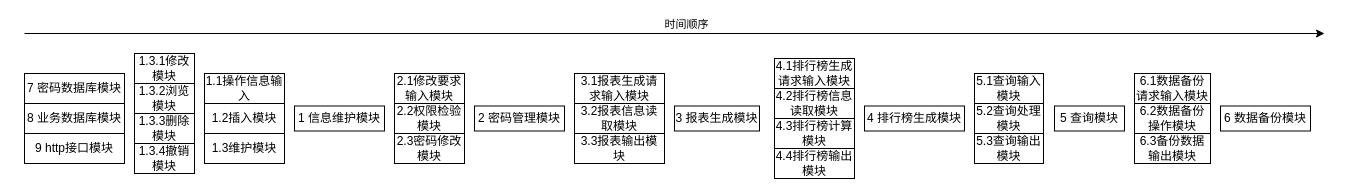
Above: 实现顺序图.drawio in wefcdse/softeng (draw.io), before the change. Source tidied: cells renumbered, new cells numbered last; positions are measured from the earlier drawing's top-left corner, leaving out a move shared by most shapes. Both pictures are drawn from the tidied source at 100%, with x=0, y=0 at pixel (24, 33).
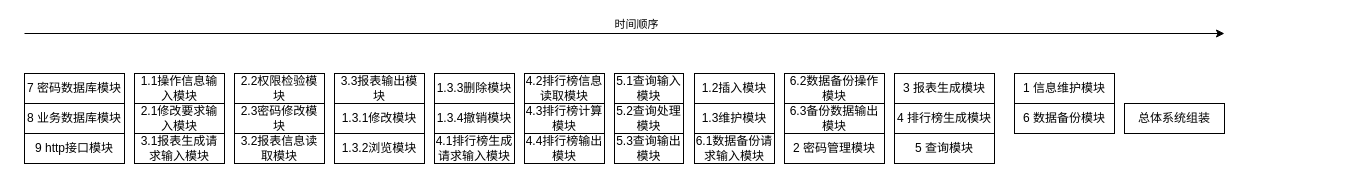
Above is the later version.

Commit message (it also covers changes not shown here):
更新实现顺序图.drawio

Diff of the diagram source:
```diff
@@
     <mxCell id="2" value="1 信息维护模块" style="rounded=0;whiteSpace=wrap;html=1;" parent="1" vertex="1">
-      <mxGeometry x="270" y="72.5" width="90" height="25" as="geometry" />
+      <mxGeometry x="990" y="40" width="100" height="30" as="geometry" />
     </mxCell>
     <mxCell id="3" value="2 密码管理模块" style="rounded=0;whiteSpace=wrap;html=1;" parent="1" vertex="1">
-      <mxGeometry x="450" y="72.5" width="90" height="25" as="geometry" />
+      <mxGeometry x="760" y="100" width="100" height="30" as="geometry" />
     </mxCell>
     <mxCell id="4" value="3 报表生成模块" style="rounded=0;whiteSpace=wrap;html=1;" parent="1" vertex="1">
-      <mxGeometry x="650" y="72.5" width="85" height="25" as="geometry" />
+      <mxGeometry x="870" y="40" width="100" height="30" as="geometry" />
     </mxCell>
     <mxCell id="5" value="4 排行榜生成模块" style="rounded=0;whiteSpace=wrap;html=1;" parent="1" vertex="1">
-      <mxGeometry x="840" y="72.5" width="100" height="25" as="geometry" />
+      <mxGeometry x="870" y="70" width="100" height="30" as="geometry" />
     </mxCell>
     <mxCell id="6" value="6 数据备份模块" style="rounded=0;whiteSpace=wrap;html=1;" parent="1" vertex="1">
-      <mxGeometry x="1196" y="72.5" width="90" height="25" as="geometry" />
+      <mxGeometry x="990" y="70" width="100" height="30" as="geometry" />
     </mxCell>
     <mxCell id="7" value="5 查询模块" style="rounded=0;whiteSpace=wrap;html=1;" parent="1" vertex="1">
-      <mxGeometry x="1030" y="72.5" width="70" height="25" as="geometry" />
+      <mxGeometry x="870" y="100" width="100" height="30" as="geometry" />
     </mxCell>
-    <mxCell id="8" value="1.1操作信息输入" style="rounded=0;whiteSpace=wrap;html=1;" parent="1" vertex="1">
-      <mxGeometry x="180" y="40" width="80" height="30" as="geometry" />
+    <mxCell id="8" value="1.1操作信息输入模块" style="rounded=0;whiteSpace=wrap;html=1;" parent="1" vertex="1">
+      <mxGeometry x="110" y="40" width="90" height="30" as="geometry" />
     </mxCell>
     <mxCell id="9" value="1.2&lt;span style=&quot;background-color: initial;&quot;&gt;插入模块&lt;/span&gt;" style="rounded=0;whiteSpace=wrap;html=1;" parent="1" vertex="1">
-      <mxGeometry x="180" y="70" width="80" height="30" as="geometry" />
+      <mxGeometry x="670" y="40" width="80" height="30" as="geometry" />
     </mxCell>
     <mxCell id="10" value="1.3.3删除模块" style="rounded=0;whiteSpace=wrap;html=1;" parent="1" vertex="1">
-      <mxGeometry x="110" y="80" width="60" height="30" as="geometry" />
+      <mxGeometry x="410" y="40" width="80" height="30" as="geometry" />
     </mxCell>
     <mxCell id="11" value="1.3维护模块" style="rounded=0;whiteSpace=wrap;html=1;" parent="1" vertex="1">
-      <mxGeometry x="180" y="100" width="80" height="30" as="geometry" />
+      <mxGeometry x="670" y="70" width="80" height="30" as="geometry" />
     </mxCell>
     <mxCell id="12" value="1.3.2浏览模块" style="rounded=0;whiteSpace=wrap;html=1;" parent="1" vertex="1">
-      <mxGeometry x="110" y="50" width="60" height="30" as="geometry" />
+      <mxGeometry x="310" y="100" width="90" height="30" as="geometry" />
     </mxCell>
     <mxCell id="13" value="1.3.1修改模块" style="rounded=0;whiteSpace=wrap;html=1;" parent="1" vertex="1">
-      <mxGeometry x="110" y="20" width="60" height="30" as="geometry" />
+      <mxGeometry x="310" y="70" width="90" height="30" as="geometry" />
     </mxCell>
     <mxCell id="14" value="1.3.4撤销模块" style="rounded=0;whiteSpace=wrap;html=1;" parent="1" vertex="1">
-      <mxGeometry x="110" y="110" width="60" height="30" as="geometry" />
+      <mxGeometry x="410" y="70" width="80" height="30" as="geometry" />
     </mxCell>
@@
     <mxCell id="16" value="2.1修改要求输入模块" style="rounded=0;whiteSpace=wrap;html=1;" parent="1" vertex="1">
-      <mxGeometry x="370" y="40" width="70" height="30" as="geometry" />
+      <mxGeometry x="110" y="70" width="90" height="30" as="geometry" />
     </mxCell>
     <mxCell id="17" value="2.2权限检验模块" style="rounded=0;whiteSpace=wrap;html=1;" parent="1" vertex="1">
-      <mxGeometry x="370" y="70" width="70" height="30" as="geometry" />
+      <mxGeometry x="210" y="40" width="90" height="30" as="geometry" />
     </mxCell>
     <mxCell id="18" value="2.3密码修改模块" style="rounded=0;whiteSpace=wrap;html=1;" parent="1" vertex="1">
-      <mxGeometry x="370" y="100" width="70" height="30" as="geometry" />
+      <mxGeometry x="210" y="70" width="90" height="30" as="geometry" />
     </mxCell>
@@
     <mxCell id="20" value="3.1报表生成请求输入模块" style="rounded=0;whiteSpace=wrap;html=1;" parent="1" vertex="1">
-      <mxGeometry x="550" y="40" width="90" height="30" as="geometry" />
+      <mxGeometry x="110" y="100" width="90" height="30" as="geometry" />
     </mxCell>
     <mxCell id="21" value="3.2报表信息读取模块" style="rounded=0;whiteSpace=wrap;html=1;" parent="1" vertex="1">
-      <mxGeometry x="550" y="70" width="90" height="30" as="geometry" />
+      <mxGeometry x="210" y="100" width="90" height="30" as="geometry" />
     </mxCell>
     <mxCell id="22" value="3.3报表输出模块" style="rounded=0;whiteSpace=wrap;html=1;" parent="1" vertex="1">
-      <mxGeometry x="550" y="100" width="90" height="30" as="geometry" />
+      <mxGeometry x="310" y="40" width="90" height="30" as="geometry" />
     </mxCell>
     <mxCell id="23" value="4.1排行榜生成请求输入模块" style="rounded=0;whiteSpace=wrap;html=1;" parent="1" vertex="1">
-      <mxGeometry x="750" y="25" width="80" height="30" as="geometry" />
+      <mxGeometry x="410" y="100" width="80" height="30" as="geometry" />
     </mxCell>
     <mxCell id="24" value="4.2排行榜信息读取模块" style="rounded=0;whiteSpace=wrap;html=1;" parent="1" vertex="1">
-      <mxGeometry x="750" y="55" width="80" height="30" as="geometry" />
+      <mxGeometry x="500" y="40" width="80" height="30" as="geometry" />
     </mxCell>
     <mxCell id="25" value="4.3排行榜计算模块" style="rounded=0;whiteSpace=wrap;html=1;" parent="1" vertex="1">
-      <mxGeometry x="750" y="85" width="80" height="30" as="geometry" />
+      <mxGeometry x="500" y="70" width="80" height="30" as="geometry" />
     </mxCell>
     <mxCell id="26" value="4.4排行榜输出模块" style="rounded=0;whiteSpace=wrap;html=1;" parent="1" vertex="1">
-      <mxGeometry x="750" y="115" width="80" height="30" as="geometry" />
+      <mxGeometry x="500" y="100" width="80" height="30" as="geometry" />
     </mxCell>
@@
     <mxCell id="28" value="5.1查询输入模块" style="rounded=0;whiteSpace=wrap;html=1;" parent="1" vertex="1">
-      <mxGeometry x="950" y="40" width="69" height="30" as="geometry" />
+      <mxGeometry x="590" y="40" width="69" height="30" as="geometry" />
     </mxCell>
     <mxCell id="29" value="5.2查询处理模块" style="rounded=0;whiteSpace=wrap;html=1;" parent="1" vertex="1">
-      <mxGeometry x="950" y="70" width="69" height="30" as="geometry" />
+      <mxGeometry x="590" y="70" width="69" height="30" as="geometry" />
     </mxCell>
     <mxCell id="30" value="5.3查询输出模块" style="rounded=0;whiteSpace=wrap;html=1;" parent="1" vertex="1">
-      <mxGeometry x="950" y="100" width="69" height="30" as="geometry" />
+      <mxGeometry x="590" y="100" width="69" height="30" as="geometry" />
     </mxCell>
     <mxCell id="31" value="6.1数据备份请求输入模块" style="rounded=0;whiteSpace=wrap;html=1;" parent="1" vertex="1">
-      <mxGeometry x="1110" y="40" width="76" height="30" as="geometry" />
+      <mxGeometry x="670" y="100" width="80" height="30" as="geometry" />
     </mxCell>
     <mxCell id="32" value="6.2数据备份操作模块" style="rounded=0;whiteSpace=wrap;html=1;" parent="1" vertex="1">
-      <mxGeometry x="1110" y="70" width="76" height="30" as="geometry" />
+      <mxGeometry x="760" y="40" width="100" height="30" as="geometry" />
     </mxCell>
     <mxCell id="33" value="6.3备份数据输出模块" style="rounded=0;whiteSpace=wrap;html=1;" parent="1" vertex="1">
-      <mxGeometry x="1110" y="100" width="76" height="30" as="geometry" />
+      <mxGeometry x="760" y="70" width="100" height="30" as="geometry" />
     </mxCell>
     <mxCell id="34" style="endArrow=classic;html=1;rounded=0;" parent="1" edge="1">
       <mxGeometry relative="1" as="geometry">
         <mxPoint as="sourcePoint" />
-        <mxPoint x="1300" as="targetPoint" />
+        <mxPoint x="1200" as="targetPoint" />
       </mxGeometry>
     </mxCell>
@@
+    <mxCell id="36" value="总体系统组装" style="rounded=0;whiteSpace=wrap;html=1;" parent="1" vertex="1">
+      <mxGeometry x="1100" y="70" width="100" height="30" as="geometry" />
+    </mxCell>
```
